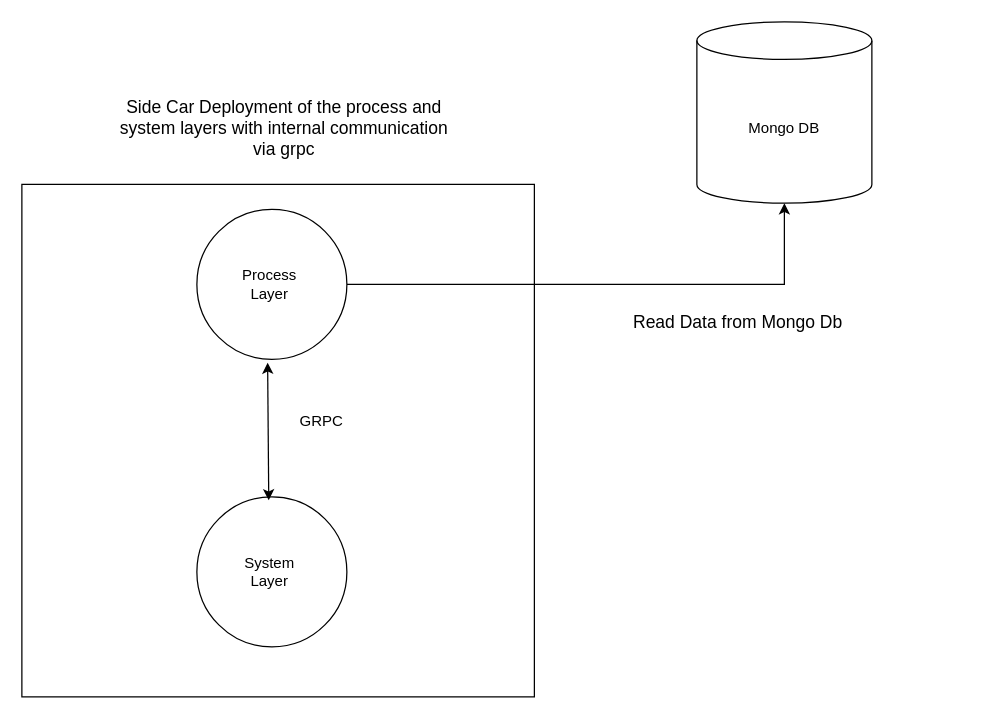
tyger-rareatom/consulting-architectures keeps this draw.io diagram as MTN-Architectures.drawio. Above is the earlier version. Source tidied: cells renumbered, new cells numbered last; positions are measured from the earlier drawing's top-left corner, leaving out a move shared by most shapes. Both pictures are drawn from the tidied source at 125%, with x=0, y=0 at pixel (21, 21).
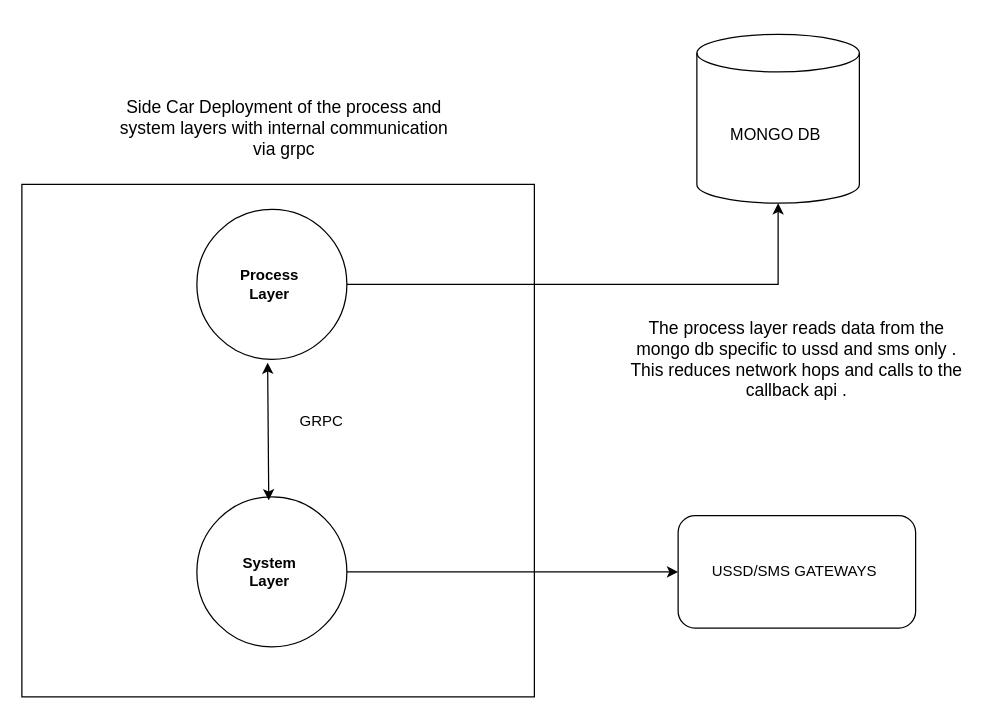
After the change.

Commit message:
High traffic architecture for ussd and sms gateways

Diff of the diagram source:
```diff
@@
 <mxGraphModel>
   <root>
     <mxCell id="0" />
     <mxCell id="1" parent="0" />
     <mxCell id="2" style="whiteSpace=wrap;html=1;" parent="1" vertex="1">
       <mxGeometry y="130" width="410" height="410" as="geometry" />
     </mxCell>
+    <mxCell id="11" style="edgeStyle=orthogonalEdgeStyle;rounded=0;jettySize=auto;html=1;entryX=0;entryY=0.5;entryDx=0;entryDy=0;" parent="1" edge="1" source="3" target="12">
+      <mxGeometry relative="1" as="geometry" />
+    </mxCell>
-    <mxCell id="3" value="System&amp;nbsp;&lt;br&gt;Layer&amp;nbsp;" style="ellipse;whiteSpace=wrap;html=1;" parent="1" vertex="1">
+    <mxCell id="3" value="&lt;b&gt;System&amp;nbsp;&lt;br&gt;Layer&amp;nbsp;&lt;/b&gt;" style="ellipse;whiteSpace=wrap;html=1;" parent="1" vertex="1">
       <mxGeometry x="140" y="380" width="120" height="120" as="geometry" />
     </mxCell>
     <mxCell id="4" style="edgeStyle=orthogonalEdgeStyle;rounded=0;jettySize=auto;html=1;" parent="1" edge="1" source="5" target="9">
       <mxGeometry relative="1" as="geometry" />
     </mxCell>
-    <mxCell id="5" value="Process&amp;nbsp;&lt;br&gt;Layer&amp;nbsp;" style="ellipse;whiteSpace=wrap;html=1;" parent="1" vertex="1">
+    <mxCell id="5" value="&lt;b&gt;Process&amp;nbsp;&lt;br&gt;Layer&amp;nbsp;&lt;/b&gt;" style="ellipse;whiteSpace=wrap;html=1;" parent="1" vertex="1">
       <mxGeometry x="140" y="150" width="120" height="120" as="geometry" />
     </mxCell>
     <mxCell id="6" style="endArrow=classic;startArrow=classic;html=1;entryX=0.345;entryY=0.982;entryDx=0;entryDy=0;entryPerimeter=0;exitX=0.339;exitY=0.02;exitDx=0;exitDy=0;exitPerimeter=0;" parent="1" edge="1">
       <mxGeometry relative="1" as="geometry">
         <mxPoint x="197.5" y="382.8" as="sourcePoint" />
         <mxPoint x="196.6" y="272.6" as="targetPoint" />
       </mxGeometry>
     </mxCell>
     <mxCell id="7" value="GRPC" style="text;html=1;strokeColor=none;fillColor=none;align=center;verticalAlign=middle;whiteSpace=wrap;rounded=0;" parent="1" vertex="1">
       <mxGeometry x="220" y="310" width="40" height="20" as="geometry" />
     </mxCell>
     <mxCell id="8" value="&lt;font style=&quot;font-size: 14px&quot;&gt;Side Car Deployment of the process and system layers with internal communication via grpc&lt;/font&gt;" style="text;html=1;strokeColor=none;fillColor=none;align=center;verticalAlign=middle;whiteSpace=wrap;rounded=0;" parent="1" vertex="1">
       <mxGeometry x="70" y="50" width="280" height="70" as="geometry" />
     </mxCell>
-    <mxCell id="9" value="Mongo DB" style="shape=cylinder3;whiteSpace=wrap;html=1;boundedLbl=1;backgroundOutline=1;size=15;" parent="1" vertex="1">
-      <mxGeometry x="540" width="140" height="145" as="geometry" />
+    <mxCell id="9" value="MONGO DB&amp;nbsp;" style="shape=cylinder3;whiteSpace=wrap;html=1;boundedLbl=1;backgroundOutline=1;size=15;fontSize=13;" parent="1" vertex="1">
+      <mxGeometry x="540" y="10" width="130" height="135" as="geometry" />
     </mxCell>
-    <mxCell id="10" value="&lt;font style=&quot;font-size: 14px&quot;&gt;Read Data from Mongo Db&amp;nbsp;&lt;/font&gt;" style="text;html=1;strokeColor=none;fillColor=none;align=center;verticalAlign=middle;whiteSpace=wrap;rounded=0;" parent="1" vertex="1">
-      <mxGeometry x="480" y="230" width="190" height="20" as="geometry" />
+    <mxCell id="10" value="&lt;font style=&quot;font-size: 14px&quot;&gt;The process layer reads data from the mongo db specific to ussd and sms only . This reduces network hops and calls to the callback api .&lt;/font&gt;" style="text;html=1;strokeColor=none;fillColor=none;align=center;verticalAlign=middle;whiteSpace=wrap;rounded=0;fontSize=13;" parent="1" vertex="1">
+      <mxGeometry x="480" y="230" width="280" height="80" as="geometry" />
     </mxCell>
+    <mxCell id="12" value="USSD/SMS GATEWAYS&amp;nbsp;" style="rounded=1;whiteSpace=wrap;html=1;" parent="1" vertex="1">
+      <mxGeometry x="525" y="395" width="190" height="90" as="geometry" />
+    </mxCell>
   </root>
 </mxGraphModel>
```
